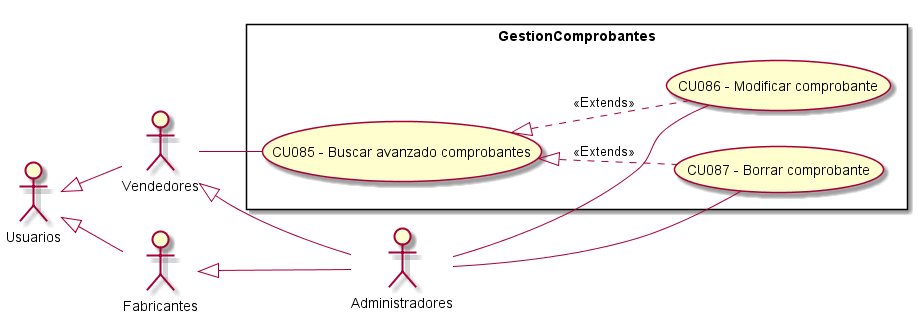
The PlantUML diagram Informe Final/Imagenes/ModeladoDeCasosDeUso/DiagramaDeCasosDeUso/GestionComprobantes.png in ZMGestion/DocumentacionZMGestion, before a commit.
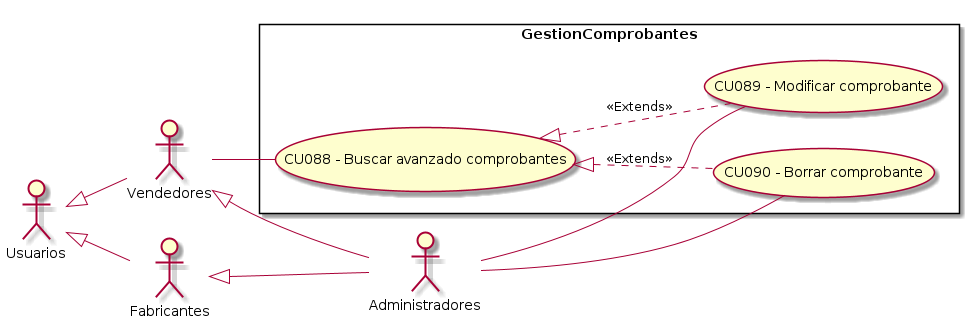
After the commit.

Diff of the diagram source:
```diff
@@ -14,9 +14,9 @@
 
 rectangle GestionComprobantes{
 
-    UseCase "CU085 - Buscar avanzado comprobantes " as BA
-    UseCase "CU086 - Modificar comprobante" as M
-    UseCase "CU087 - Borrar comprobante" as B
+    UseCase "CU088 - Buscar avanzado comprobantes " as BA
+    UseCase "CU089 - Modificar comprobante" as M
+    UseCase "CU090 - Borrar comprobante" as B
 
     BA <|.. M : <<Extends>>
     BA <|.. B : <<Extends>>
```
